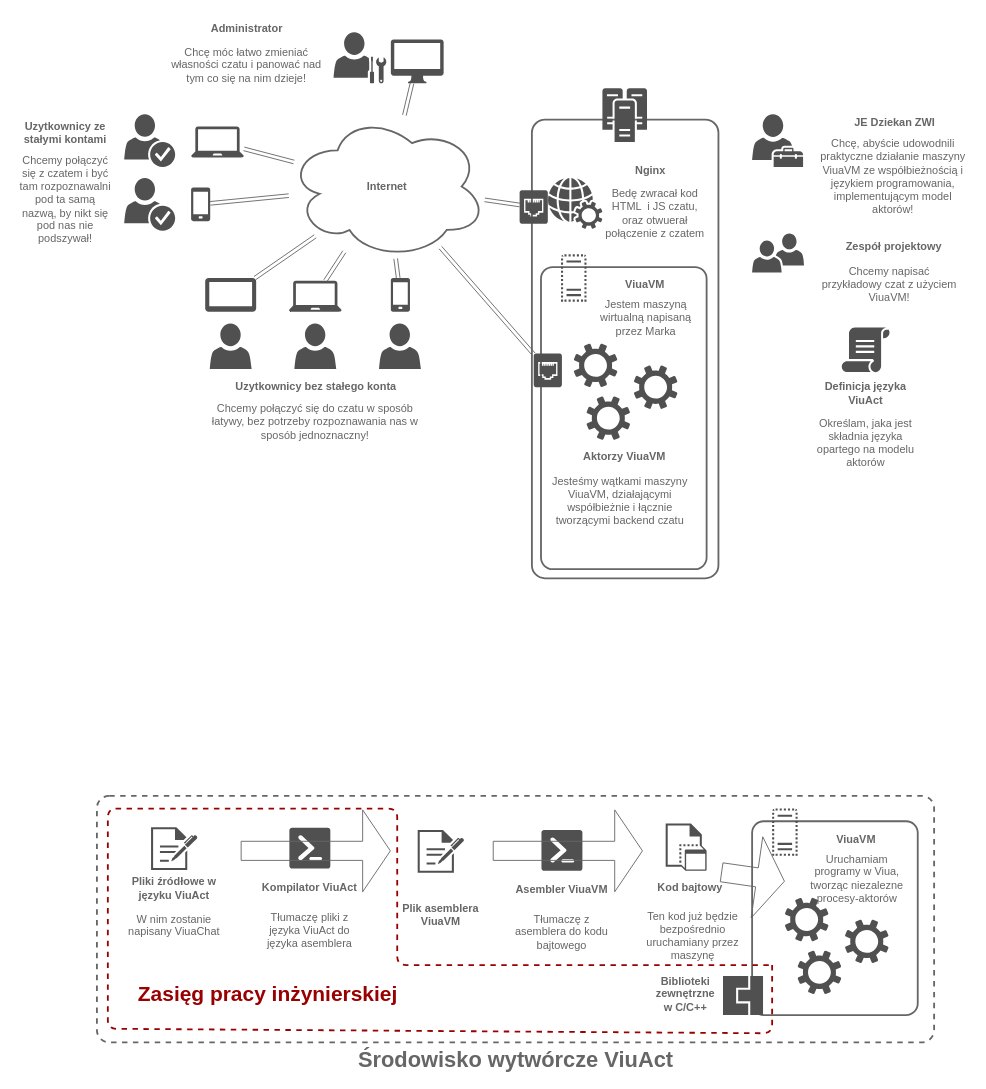
Earlier version of the draw.io diagram drawio/diagram vc.drawio (marekjm/inzynierka). Source tidied: cells renumbered, new cells numbered last; positions are measured from the earlier drawing's top-left corner, leaving out a move shared by most shapes. Both pictures are drawn from the tidied source at 91%, with x=0, y=0 at pixel (15, 15).
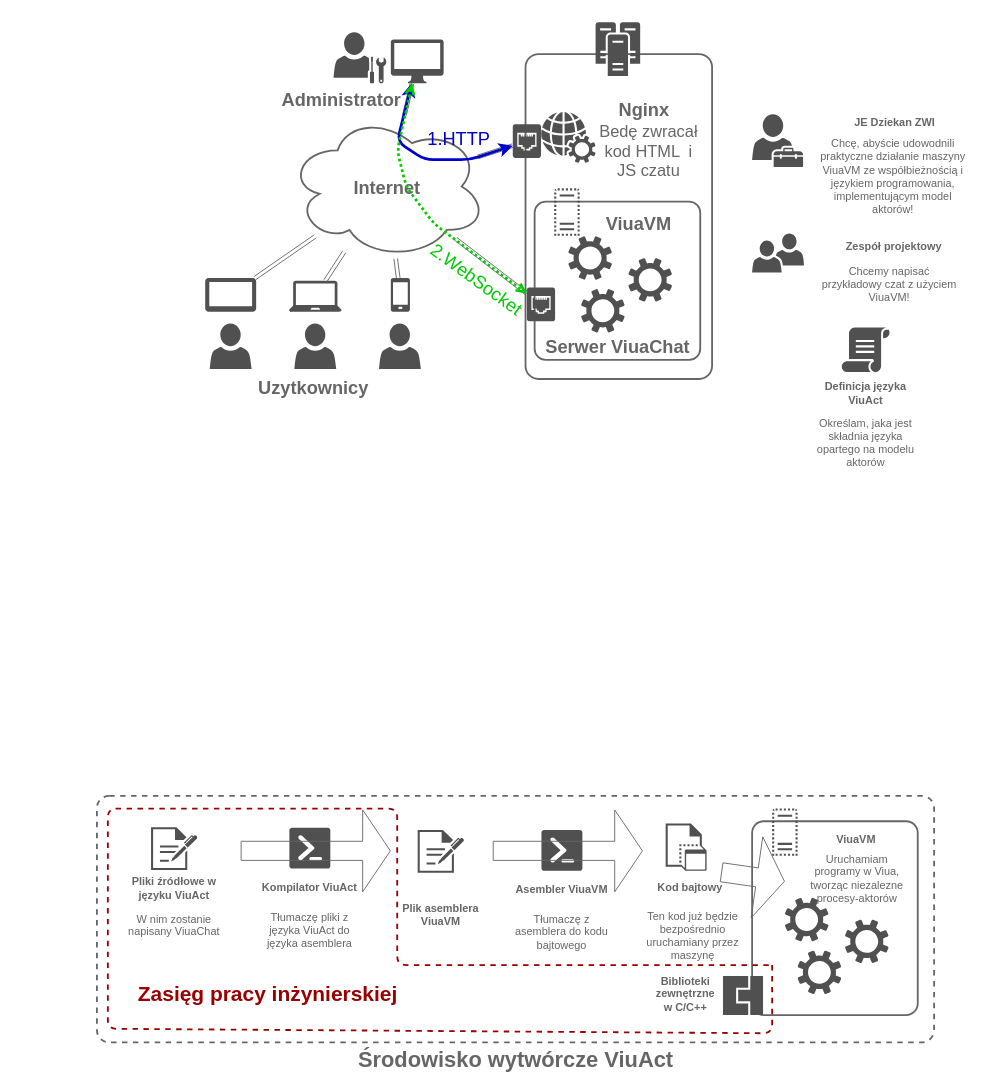
After the change.

Unchanged cells that the change refers to:
```xml
<mxCell id="15" style="shadow=0;dashed=0;html=1;strokeColor=none;fillColor=#505050;labelPosition=center;verticalLabelPosition=bottom;verticalAlign=top;outlineConnect=0;align=center;shape=mxgraph.office.devices.mac_client;" parent="1" vertex="1">
  <mxGeometry x="412" y="26" width="58" height="48" as="geometry" />
</mxCell>
```

Diff of the diagram source:
```diff
@@
     <mxCell id="3" style="rounded=1;whiteSpace=wrap;html=1;arcSize=7;direction=south;strokeColor=#666666;strokeWidth=2;" parent="1" vertex="1">
-      <mxGeometry x="567" y="114" width="205" height="504" as="geometry" />
+      <mxGeometry x="560" y="42" width="205" height="357" as="geometry" />
     </mxCell>
@@
-    <mxCell id="8" style="shadow=0;dashed=0;html=1;strokeColor=none;fillColor=#505050;labelPosition=center;verticalLabelPosition=bottom;verticalAlign=top;align=center;shape=mxgraph.office.users.credentials;" parent="1" vertex="1">
-      <mxGeometry x="119" y="178" width="56" height="58" as="geometry" />
-    </mxCell>
-    <mxCell id="9" style="shadow=0;dashed=0;html=1;strokeColor=none;fillColor=#505050;labelPosition=center;verticalLabelPosition=bottom;verticalAlign=top;align=center;shape=mxgraph.office.users.credentials;" parent="1" vertex="1">
-      <mxGeometry x="119" y="108" width="56" height="58" as="geometry" />
-    </mxCell>
@@
-    <mxCell id="13" style="shadow=0;dashed=0;html=1;strokeColor=none;fillColor=#505050;labelPosition=center;verticalLabelPosition=bottom;verticalAlign=top;outlineConnect=0;align=center;shape=mxgraph.office.devices.cell_phone_generic;" parent="1" vertex="1">
-      <mxGeometry x="192.5" y="188.5" width="21" height="37" as="geometry" />
-    </mxCell>
-    <mxCell id="14" style="shadow=0;dashed=0;html=1;strokeColor=none;fillColor=#505050;labelPosition=center;verticalLabelPosition=bottom;verticalAlign=top;outlineConnect=0;align=center;shape=mxgraph.office.devices.laptop;" parent="1" vertex="1">
-      <mxGeometry x="192.5" y="121.5" width="58" height="34" as="geometry" />
-    </mxCell>
@@
     <mxCell id="16" style="shadow=0;dashed=0;html=1;strokeColor=none;fillColor=#505050;labelPosition=center;verticalLabelPosition=bottom;verticalAlign=top;align=center;shape=mxgraph.office.servers.cluster_server;" parent="1" vertex="1">
-      <mxGeometry x="644.5" y="79.5" width="49" height="59" as="geometry" />
+      <mxGeometry x="637" y="7" width="49" height="59" as="geometry" />
     </mxCell>
-    <mxCell id="17" value="Internet" style="ellipse;shape=cloud;whiteSpace=wrap;html=1;strokeColor=#666666;strokeWidth=2;fontColor=#666666;fontStyle=1;" parent="1" vertex="1">
+    <mxCell id="17" value="Internet" style="ellipse;shape=cloud;whiteSpace=wrap;html=1;strokeColor=#666666;strokeWidth=2;fontColor=#666666;fontStyle=1;fontSize=20;" parent="1" vertex="1">
       <mxGeometry x="299" y="108" width="218" height="159" as="geometry" />
     </mxCell>
-    <mxCell id="18" style="shape=link;html=1;jettySize=auto;fontColor=#666666;strokeColor=#666666;" parent="1" edge="1" source="13" target="17">
-      <mxGeometry relative="1" as="geometry" />
-    </mxCell>
@@
-    <mxCell id="22" style="shape=link;html=1;jettySize=auto;fontColor=#666666;strokeColor=#666666;" parent="1" edge="1" source="14" target="17">
-      <mxGeometry relative="1" as="geometry" />
-    </mxCell>
@@
-    <mxCell id="24" value="&lt;b&gt;Uzytkownicy bez stałego konta&lt;/b&gt;" style="text;html=1;strokeColor=none;fillColor=none;align=center;verticalAlign=middle;whiteSpace=wrap;rounded=0;fontColor=#666666;" parent="1" vertex="1">
+    <mxCell id="24" value="&lt;b style=&quot;font-size: 20px;&quot;&gt;Uzytkownicy&amp;nbsp;&lt;/b&gt;" style="text;html=1;strokeColor=none;fillColor=none;align=center;verticalAlign=middle;whiteSpace=wrap;rounded=0;fontColor=#666666;fontSize=20;" parent="1" vertex="1">
       <mxGeometry x="212" y="398" width="236" height="20" as="geometry" />
     </mxCell>
-    <mxCell id="25" value="Chcemy połączyć się do czatu w sposób łatywy, bez potrzeby rozpoznawania nas w sposób jednoznaczny!" style="text;html=1;strokeColor=none;fillColor=none;align=center;verticalAlign=top;whiteSpace=wrap;rounded=0;fontColor=#666666;" parent="1" vertex="1">
-      <mxGeometry x="211" y="418" width="236" height="30" as="geometry" />
-    </mxCell>
-    <mxCell id="26" value="Uzytkownicy ze stałymi kontami" style="text;html=1;strokeColor=none;fillColor=none;align=center;verticalAlign=top;whiteSpace=wrap;rounded=0;fontColor=#666666;fontStyle=1;" parent="1" vertex="1">
-      <mxGeometry y="108" width="109" height="37" as="geometry" />
-    </mxCell>
-    <mxCell id="27" value="Chcemy połączyć się z czatem i być tam rozpoznawalni pod ta samą nazwą, by nikt się pod nas nie podszywał!" style="text;html=1;strokeColor=none;fillColor=none;align=center;verticalAlign=top;whiteSpace=wrap;rounded=0;fontColor=#666666;fontStyle=0;" parent="1" vertex="1">
-      <mxGeometry y="145" width="109" height="140" as="geometry" />
-    </mxCell>
-    <mxCell id="28" value="Administrator" style="text;html=1;strokeColor=none;fillColor=none;align=center;verticalAlign=top;whiteSpace=wrap;rounded=0;fontColor=#666666;fontStyle=1;" parent="1" vertex="1">
-      <mxGeometry x="169" width="170" height="19" as="geometry" />
+    <mxCell id="28" value="Administrator" style="text;html=1;strokeColor=none;fillColor=none;align=center;verticalAlign=top;whiteSpace=wrap;rounded=0;fontColor=#666666;fontStyle=1;fontSize=20;" parent="1" vertex="1">
+      <mxGeometry x="273" y="73.5" width="170" height="58" as="geometry" />
     </mxCell>
-    <mxCell id="29" value="Chcę móc łatwo zmieniać własności czatu i panować nad tym co się na nim dzieje!" style="text;html=1;strokeColor=none;fillColor=none;align=center;verticalAlign=top;whiteSpace=wrap;rounded=0;fontColor=#666666;fontStyle=0;" parent="1" vertex="1">
-      <mxGeometry x="169" y="26" width="169" height="19" as="geometry" />
-    </mxCell>
@@
     <mxCell id="36" style="rounded=1;whiteSpace=wrap;html=1;arcSize=7;direction=south;strokeColor=#666666;strokeWidth=2;" parent="1" vertex="1">
-      <mxGeometry x="577" y="276" width="182" height="332" as="geometry" />
+      <mxGeometry x="570" y="204" width="182" height="174" as="geometry" />
     </mxCell>
     <mxCell id="37" style="shadow=0;dashed=0;html=1;strokeColor=none;fillColor=#505050;labelPosition=center;verticalLabelPosition=bottom;verticalAlign=top;align=center;shape=mxgraph.office.services.web_services;fontColor=#666666;" parent="1" vertex="1">
-      <mxGeometry x="584.5" y="178" width="60" height="56" as="geometry" />
+      <mxGeometry x="577" y="105.5" width="60" height="56" as="geometry" />
     </mxCell>
-    <mxCell id="38" value="Nginx" style="text;html=1;strokeColor=none;fillColor=none;align=center;verticalAlign=top;whiteSpace=wrap;rounded=0;fontColor=#666666;fontStyle=1;" parent="1" vertex="1">
-      <mxGeometry x="645" y="156" width="105" height="19" as="geometry" />
+    <mxCell id="38" value="Nginx" style="text;html=1;strokeColor=none;fillColor=none;align=center;verticalAlign=top;whiteSpace=wrap;rounded=0;fontColor=#666666;fontStyle=1;fontSize=20;" parent="1" vertex="1">
+      <mxGeometry x="637.5" y="83.5" width="105" height="19" as="geometry" />
     </mxCell>
-    <mxCell id="39" value="Bedę zwracał kod HTML &amp;nbsp;i JS czatu, oraz otwuerał połączenie z czatem" style="text;html=1;strokeColor=none;fillColor=none;align=center;verticalAlign=top;whiteSpace=wrap;rounded=0;fontColor=#666666;fontStyle=0;" parent="1" vertex="1">
-      <mxGeometry x="645" y="182" width="115" height="19" as="geometry" />
+    <mxCell id="39" value="Bedę zwracał kod HTML &amp;nbsp;i JS czatu" style="text;html=1;strokeColor=none;fillColor=none;align=center;verticalAlign=top;whiteSpace=wrap;rounded=0;fontColor=#666666;fontStyle=0;fontSize=18;" parent="1" vertex="1">
+      <mxGeometry x="637.5" y="109.5" width="115" height="19" as="geometry" />
     </mxCell>
     <mxCell id="40" style="shadow=0;dashed=0;html=1;strokeColor=none;fillColor=#505050;labelPosition=center;verticalLabelPosition=bottom;verticalAlign=top;align=center;shape=mxgraph.office.servers.virtual_server;fontColor=#666666;" parent="1" vertex="1">
-      <mxGeometry x="599" y="262" width="28" height="52" as="geometry" />
+      <mxGeometry x="591.5" y="189.5" width="28" height="52" as="geometry" />
     </mxCell>
-    <mxCell id="41" value="ViuaVM" style="text;html=1;strokeColor=none;fillColor=none;align=center;verticalAlign=top;whiteSpace=wrap;rounded=0;fontColor=#666666;fontStyle=1;" parent="1" vertex="1">
-      <mxGeometry x="639" y="282" width="105" height="19" as="geometry" />
+    <mxCell id="41" value="ViuaVM" style="text;html=1;strokeColor=none;fillColor=none;align=center;verticalAlign=top;whiteSpace=wrap;rounded=0;fontColor=#666666;fontStyle=1;fontSize=20;" parent="1" vertex="1">
+      <mxGeometry x="631.5" y="209.5" width="105" height="19" as="geometry" />
     </mxCell>
-    <mxCell id="42" value="Jestem maszyną wirtualną napisaną przez Marka" style="text;html=1;strokeColor=none;fillColor=none;align=center;verticalAlign=top;whiteSpace=wrap;rounded=0;fontColor=#666666;fontStyle=0;" parent="1" vertex="1">
-      <mxGeometry x="635" y="303.5" width="115" height="19" as="geometry" />
-    </mxCell>
     <mxCell id="43" style="shadow=0;dashed=0;html=1;strokeColor=none;fillColor=#505050;labelPosition=center;verticalLabelPosition=bottom;verticalAlign=top;outlineConnect=0;align=center;shape=mxgraph.office.devices.data_jack;fontColor=#666666;" parent="1" vertex="1">
-      <mxGeometry x="569" y="371" width="31" height="37" as="geometry" />
+      <mxGeometry x="561.5" y="298.5" width="31" height="37" as="geometry" />
     </mxCell>
     <mxCell id="44" style="shadow=0;dashed=0;html=1;strokeColor=none;fillColor=#505050;labelPosition=center;verticalLabelPosition=bottom;verticalAlign=top;outlineConnect=0;align=center;shape=mxgraph.office.devices.data_jack;fontColor=#666666;" parent="1" vertex="1">
-      <mxGeometry x="553.5" y="191.5" width="31" height="37" as="geometry" />
+      <mxGeometry x="546" y="119" width="31" height="37" as="geometry" />
     </mxCell>
     <mxCell id="45" style="shadow=0;dashed=0;html=1;strokeColor=none;fillColor=#505050;labelPosition=center;verticalLabelPosition=bottom;verticalAlign=top;align=center;shape=mxgraph.office.concepts.settings;fontColor=#666666;" parent="1" vertex="1">
-      <mxGeometry x="679" y="384" width="48" height="48" as="geometry" />
+      <mxGeometry x="673" y="266" width="48" height="48" as="geometry" />
     </mxCell>
     <mxCell id="46" style="shadow=0;dashed=0;html=1;strokeColor=none;fillColor=#505050;labelPosition=center;verticalLabelPosition=bottom;verticalAlign=top;align=center;shape=mxgraph.office.concepts.settings;fontColor=#666666;" parent="1" vertex="1">
-      <mxGeometry x="613" y="360" width="48" height="48" as="geometry" />
+      <mxGeometry x="607" y="242" width="48" height="48" as="geometry" />
     </mxCell>
     <mxCell id="47" style="shadow=0;dashed=0;html=1;strokeColor=none;fillColor=#505050;labelPosition=center;verticalLabelPosition=bottom;verticalAlign=top;align=center;shape=mxgraph.office.concepts.settings;fontColor=#666666;" parent="1" vertex="1">
-      <mxGeometry x="627" y="418" width="48" height="48" as="geometry" />
+      <mxGeometry x="621" y="300" width="48" height="48" as="geometry" />
     </mxCell>
-    <mxCell id="48" value="&lt;b&gt;Aktorzy ViuaVM&lt;/b&gt;" style="text;html=1;strokeColor=none;fillColor=none;align=center;verticalAlign=middle;whiteSpace=wrap;rounded=0;fontColor=#666666;" parent="1" vertex="1">
-      <mxGeometry x="584" y="475" width="170" height="20" as="geometry" />
+    <mxCell id="48" value="&lt;b style=&quot;font-size: 20px;&quot;&gt;Serwer ViuaChat&lt;/b&gt;" style="text;html=1;strokeColor=none;fillColor=none;align=center;verticalAlign=middle;whiteSpace=wrap;rounded=0;fontColor=#666666;fontSize=20;" parent="1" vertex="1">
+      <mxGeometry x="569" y="353" width="185" height="20" as="geometry" />
     </mxCell>
-    <mxCell id="49" value="Jesteśmy wątkami maszyny ViuaVM, działającymi współbieżnie i łącznie tworzącymi backend czatu&lt;br&gt;" style="text;html=1;strokeColor=none;fillColor=none;align=center;verticalAlign=top;whiteSpace=wrap;rounded=0;fontColor=#666666;" parent="1" vertex="1">
-      <mxGeometry x="586.5" y="498" width="154" height="30" as="geometry" />
-    </mxCell>
@@
+    <mxCell id="84" style="endArrow=classic;html=1;startArrow=classic;startFill=1;strokeWidth=3;strokeColor=#0000CC;" parent="1" edge="1" source="15" target="44">
+      <mxGeometry relative="1" as="geometry">
+        <Array as="points">
+          <mxPoint x="419" y="138" />
+          <mxPoint x="449" y="158" />
+          <mxPoint x="499" y="158" />
+        </Array>
+      </mxGeometry>
+    </mxCell>
+    <mxCell id="85" style="endArrow=open;html=1;endFill=0;startArrow=open;startFill=0;strokeWidth=3;dashed=1;dashPattern=1 1;strokeColor=#00CC00;" parent="1" edge="1" source="15" target="43">
+      <mxGeometry relative="1" as="geometry">
+        <Array as="points">
+          <mxPoint x="419" y="148" />
+          <mxPoint x="429" y="188" />
+          <mxPoint x="459" y="228" />
+        </Array>
+      </mxGeometry>
+    </mxCell>
+    <mxCell id="86" value="1.HTTP" style="text;html=1;strokeColor=none;fillColor=none;align=center;verticalAlign=middle;whiteSpace=wrap;rounded=0;fontSize=20;fontColor=#0000CC;" parent="1" vertex="1">
+      <mxGeometry x="467" y="123.5" width="40" height="20" as="geometry" />
+    </mxCell>
+    <mxCell id="87" value="2.WebSocket" style="text;html=1;strokeColor=none;fillColor=none;align=center;verticalAlign=middle;whiteSpace=wrap;rounded=0;fontSize=20;fontColor=#00CC00;rotation=36;" parent="1" vertex="1">
+      <mxGeometry x="457.5" y="278.5" width="99" height="20" as="geometry" />
+    </mxCell>
```
